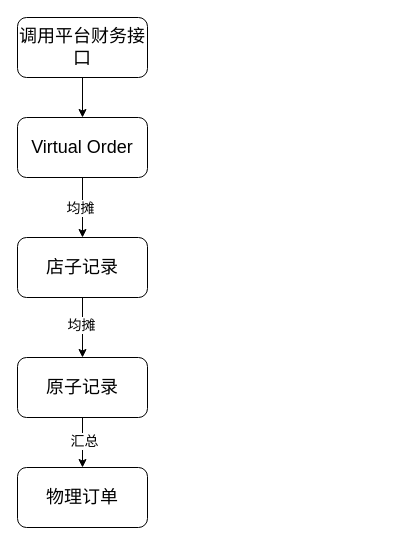
Above: longpean/财务数据更新.drawio in GitHeP/diagrams (draw.io), before the change. Source tidied: cells renumbered, new cells numbered last; positions are measured from the earlier drawing's top-left corner, leaving out a move shared by most shapes. Both pictures are drawn from the tidied source at 100%, with x=0, y=0 at pixel (17, 17).
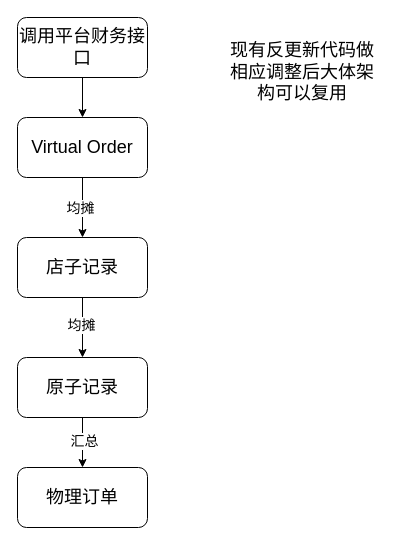
Above is the later version.

Commit message (it also covers changes not shown here):
更新财务数据更新.drawio

The edit, as a diff of the source:
```diff
@@
 <mxGraphModel>
   <root>
     <mxCell id="0" />
     <mxCell id="1" parent="0" />
     <mxCell id="2" style="edgeStyle=orthogonalEdgeStyle;rounded=0;jettySize=auto;html=1;" parent="1" edge="1" source="4" target="7">
       <mxGeometry relative="1" as="geometry" />
     </mxCell>
     <mxCell id="3" value="&lt;font style=&quot;font-size: 14px;&quot;&gt;均摊&lt;/font&gt;" style="edgeLabel;html=1;align=center;verticalAlign=middle;" parent="2" vertex="1">
       <mxGeometry y="-3" relative="1" as="geometry" />
     </mxCell>
     <mxCell id="4" value="&lt;font style=&quot;font-size: 18px;&quot;&gt;Virtual Order&lt;/font&gt;" style="rounded=1;whiteSpace=wrap;html=1;" parent="1" vertex="1">
       <mxGeometry y="100" width="130" height="60" as="geometry" />
     </mxCell>
     <mxCell id="5" style="edgeStyle=orthogonalEdgeStyle;rounded=0;jettySize=auto;html=1;" parent="1" edge="1" source="7" target="10">
       <mxGeometry relative="1" as="geometry" />
     </mxCell>
     <mxCell id="6" value="&lt;font style=&quot;font-size: 14px;&quot;&gt;均摊&lt;/font&gt;" style="edgeLabel;html=1;align=center;verticalAlign=middle;" parent="5" vertex="1">
       <mxGeometry x="-0.09" y="-2" relative="1" as="geometry" />
     </mxCell>
     <mxCell id="7" value="&lt;font style=&quot;font-size: 18px;&quot;&gt;店子记录&lt;/font&gt;" style="rounded=1;whiteSpace=wrap;html=1;" parent="1" vertex="1">
       <mxGeometry y="220" width="130" height="60" as="geometry" />
     </mxCell>
     <mxCell id="8" style="edgeStyle=orthogonalEdgeStyle;rounded=0;jettySize=auto;html=1;" parent="1" edge="1" source="10" target="11">
       <mxGeometry relative="1" as="geometry" />
     </mxCell>
     <mxCell id="9" value="&lt;font style=&quot;font-size: 14px;&quot;&gt;汇总&lt;/font&gt;" style="edgeLabel;html=1;align=center;verticalAlign=middle;" parent="8" vertex="1">
       <mxGeometry x="-0.09" y="1" relative="1" as="geometry" />
     </mxCell>
     <mxCell id="10" value="&lt;font style=&quot;font-size: 18px;&quot;&gt;原子记录&lt;/font&gt;" style="rounded=1;whiteSpace=wrap;html=1;" parent="1" vertex="1">
       <mxGeometry y="340" width="130" height="60" as="geometry" />
     </mxCell>
     <mxCell id="11" value="&lt;span style=&quot;font-size: 18px;&quot;&gt;物理订单&lt;/span&gt;" style="rounded=1;whiteSpace=wrap;html=1;" parent="1" vertex="1">
       <mxGeometry y="450" width="130" height="60" as="geometry" />
     </mxCell>
     <mxCell id="12" style="edgeStyle=orthogonalEdgeStyle;rounded=0;jettySize=auto;html=1;" parent="1" edge="1" source="13" target="4">
       <mxGeometry relative="1" as="geometry" />
     </mxCell>
     <mxCell id="13" value="&lt;font style=&quot;font-size: 18px;&quot;&gt;调用平台财务接口&lt;/font&gt;" style="rounded=1;whiteSpace=wrap;html=1;" parent="1" vertex="1">
       <mxGeometry width="130" height="60" as="geometry" />
     </mxCell>
+    <mxCell id="14" value="&lt;font style=&quot;font-size: 18px;&quot;&gt;现有反更新代码做相应调整后大体架构可以复用&lt;/font&gt;" style="text;html=1;strokeColor=none;fillColor=none;align=center;verticalAlign=middle;whiteSpace=wrap;rounded=0;" parent="1" vertex="1">
+      <mxGeometry x="210" y="20" width="150" height="70" as="geometry" />
+    </mxCell>
   </root>
 </mxGraphModel>
```
